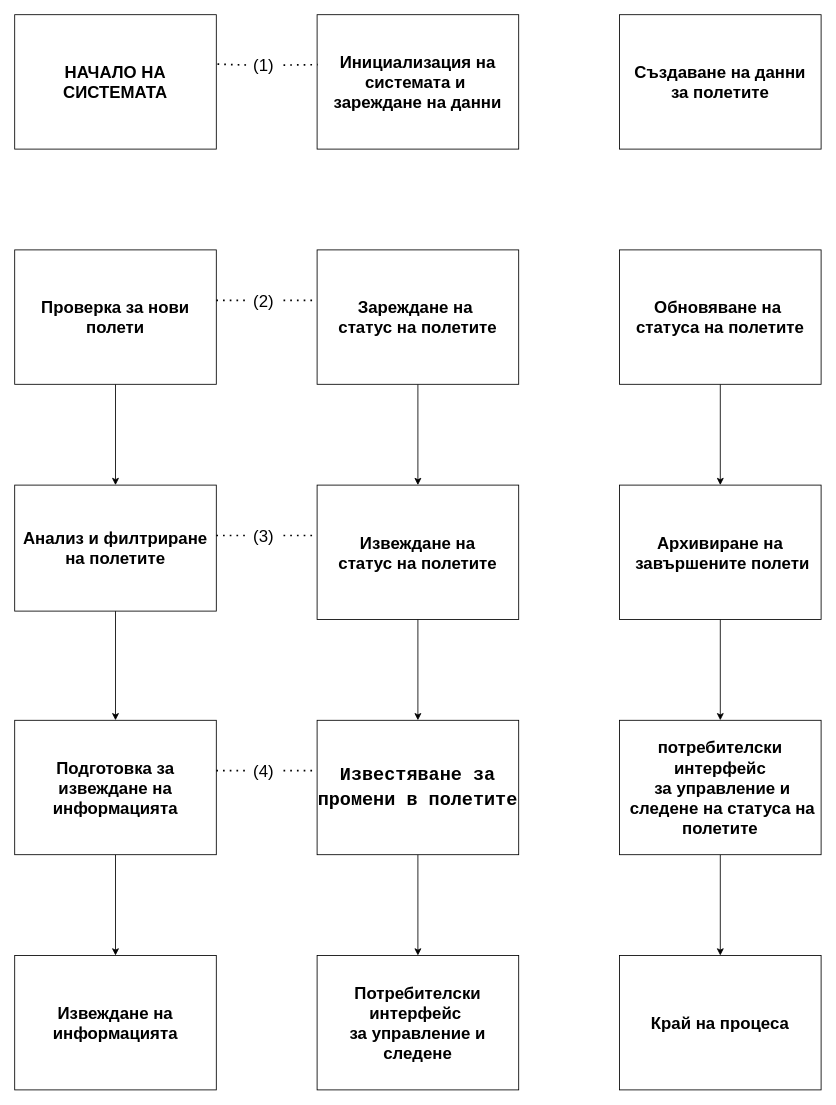
velislav19407/Airline-ticket-Management-System keeps this draw.io diagram as design/diagrams/state/статус на полетите.drawio. Above is the earlier version. Source tidied: cells renumbered, new cells numbered last; positions are measured from the earlier drawing's top-left corner, leaving out a move shared by most shapes. Both pictures are drawn from the tidied source at 84%, with x=0, y=0 at pixel (14, 14).
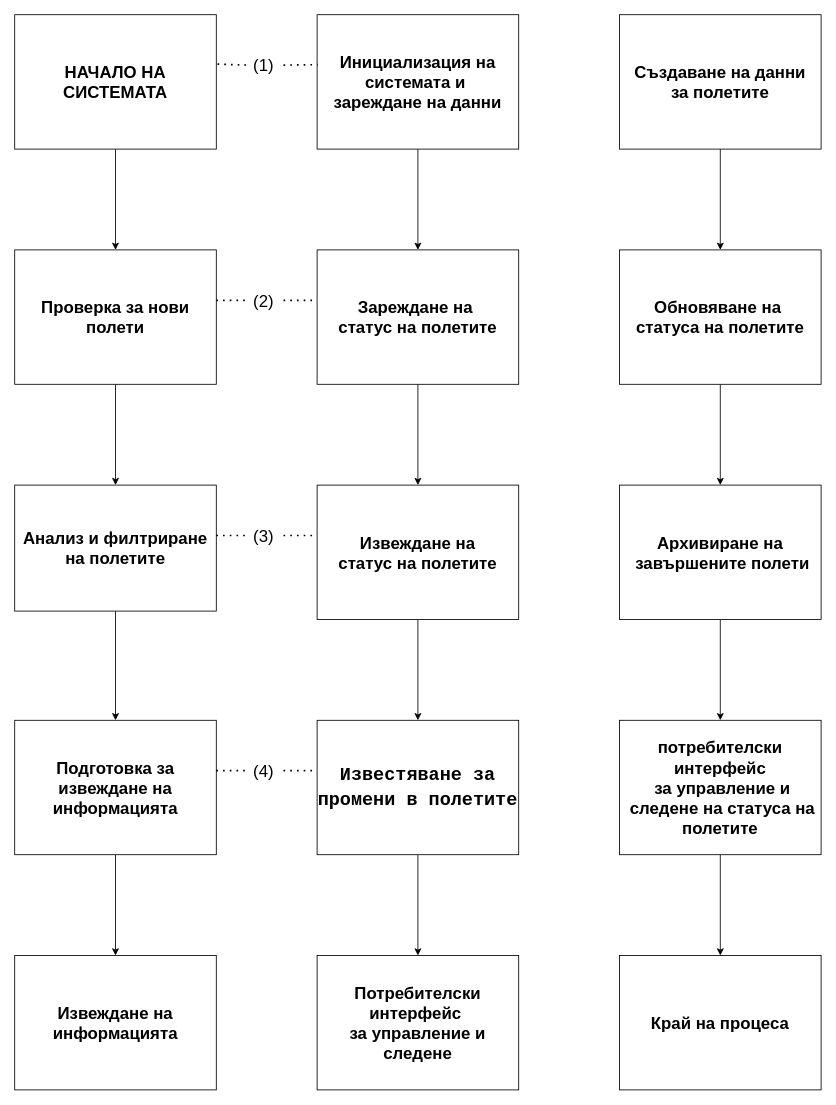
After the change.

The change refers to these unchanged cells:
```xml
<mxCell id="2" value="&lt;font style=&quot;font-size: 20px;&quot;&gt;&lt;b&gt;НАЧАЛО НА СИСТЕМАТА&lt;/b&gt;&lt;/font&gt;" style="rounded=0;whiteSpace=wrap;html=1;" parent="1" vertex="1">
  <mxGeometry width="240" height="160" as="geometry" />
</mxCell>
<mxCell id="4" value="&lt;font style=&quot;font-size: 20px;&quot;&gt;&lt;b&gt;Проверка за нови полети &lt;/b&gt;&lt;/font&gt;" style="rounded=0;whiteSpace=wrap;html=1;" parent="1" vertex="1">
  <mxGeometry y="280" width="240" height="160" as="geometry" />
</mxCell>
<mxCell id="8" value="&lt;div&gt;&lt;font style=&quot;font-size: 20px;&quot;&gt;&lt;b&gt;Инициализация на системата и&amp;nbsp;&lt;/b&gt;&lt;/font&gt;&lt;/div&gt;&lt;div&gt;&lt;font style=&quot;font-size: 20px;&quot;&gt;&lt;b&gt;зареждане на данни &lt;/b&gt;&lt;/font&gt;&lt;/div&gt;" style="rounded=0;whiteSpace=wrap;html=1;" parent="1" vertex="1">
  <mxGeometry x="360" width="240" height="160" as="geometry" />
</mxCell>
<mxCell id="10" value="&lt;div&gt;&lt;font style=&quot;font-size: 20px;&quot;&gt;&lt;b&gt;Зареждане на&amp;nbsp;&lt;/b&gt;&lt;/font&gt;&lt;/div&gt;&lt;div&gt;&lt;font style=&quot;font-size: 20px;&quot;&gt;&lt;b&gt;статус на полетите &lt;/b&gt;&lt;/font&gt;&lt;/div&gt;" style="rounded=0;whiteSpace=wrap;html=1;" parent="1" vertex="1">
  <mxGeometry x="360" y="280" width="240" height="160" as="geometry" />
</mxCell>
<mxCell id="15" value="&lt;div&gt;&lt;font style=&quot;font-size: 20px;&quot;&gt;&lt;b&gt;Създаване на данни&lt;/b&gt;&lt;/font&gt;&lt;/div&gt;&lt;div&gt;&lt;font style=&quot;font-size: 20px;&quot;&gt;&lt;b&gt;за полетите&lt;br&gt;&lt;/b&gt;&lt;/font&gt;&lt;/div&gt;" style="rounded=0;whiteSpace=wrap;html=1;" parent="1" vertex="1">
  <mxGeometry x="720" width="240" height="160" as="geometry" />
</mxCell>
<mxCell id="17" value="&lt;div&gt;&lt;font style=&quot;font-size: 20px;&quot;&gt;&lt;b&gt;Обновяване на&amp;nbsp;&lt;/b&gt;&lt;/font&gt;&lt;/div&gt;&lt;div&gt;&lt;font style=&quot;font-size: 20px;&quot;&gt;&lt;b&gt;статуса на полетите &lt;/b&gt;&lt;/font&gt;&lt;/div&gt;" style="rounded=0;whiteSpace=wrap;html=1;" parent="1" vertex="1">
  <mxGeometry x="720" y="280" width="240" height="160" as="geometry" />
</mxCell>
```

The edit, as a diff of the source:
```diff
@@
+    <mxCell id="38" style="edgeStyle=orthogonalEdgeStyle;rounded=0;jettySize=auto;html=1;exitX=0.5;exitY=1;exitDx=0;exitDy=0;entryX=0.5;entryY=0;entryDx=0;entryDy=0;" parent="1" edge="1" source="2" target="4">
+      <mxGeometry relative="1" as="geometry" />
+    </mxCell>
@@
+    <mxCell id="39" style="edgeStyle=orthogonalEdgeStyle;rounded=0;jettySize=auto;html=1;exitX=0.5;exitY=1;exitDx=0;exitDy=0;entryX=0.5;entryY=0;entryDx=0;entryDy=0;" parent="1" edge="1" source="8" target="10">
+      <mxGeometry relative="1" as="geometry" />
+    </mxCell>
@@
+    <mxCell id="40" style="edgeStyle=orthogonalEdgeStyle;rounded=0;jettySize=auto;html=1;entryX=0.5;entryY=0;entryDx=0;entryDy=0;" parent="1" edge="1" source="15" target="17">
+      <mxGeometry relative="1" as="geometry" />
+    </mxCell>
```
